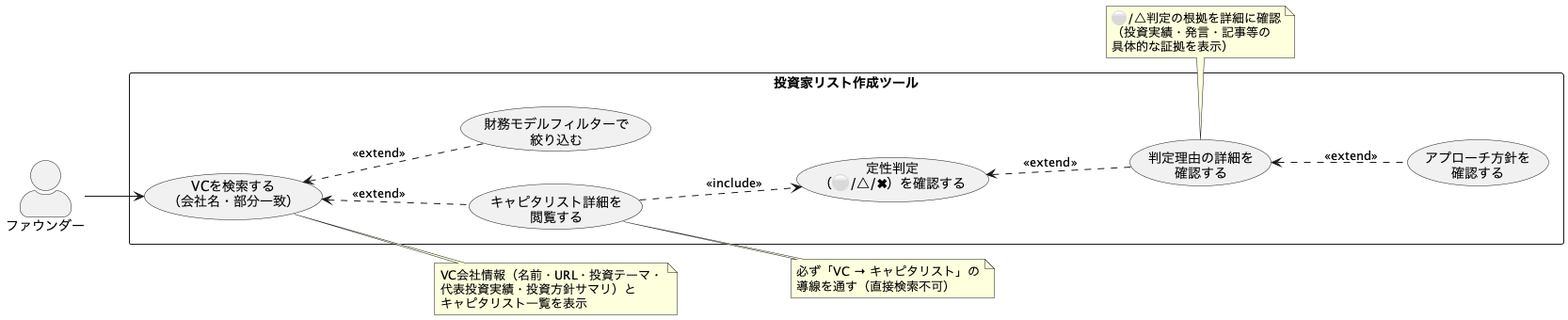
ma-ra-tann/- keeps this PlantUML diagram as 投資家リスト作成ツール ユースケース図.png. Above is the earlier version.
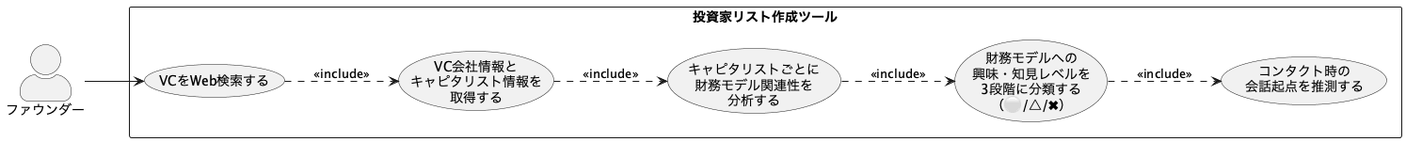
After the change.

Commit message:
ユースケース図を仕様書ベースの5ステップ構成に刷新

Web検索→情報取得→分析→分類→会話起点推測の順に整理

Change to the diagram source:
```diff
@@ -10,37 +10,19 @@
 actor "ファウンダー" as founder
 
 rectangle "投資家リスト作成ツール" {
-  usecase "VCを検索する\n（会社名・部分一致）" as UC1
-  usecase "キャピタリスト詳細を\n閲覧する" as UC2
-  usecase "財務モデルフィルターで\n絞り込む" as UC3
-  usecase "定性判定\n（⚪/△/✖）を確認する" as UC4
-  usecase "判定理由の詳細を\n確認する" as UC5
-  usecase "アプローチ方針を\n確認する" as UC6
+  usecase "VCをWeb検索する" as UC1
+  usecase "VC会社情報と\nキャピタリスト情報を\n取得する" as UC2
+  usecase "キャピタリストごとに\n財務モデル関連性を\n分析する" as UC3
+  usecase "財務モデルへの\n興味・知見レベルを\n3段階に分類する\n（⚪/△/✖）" as UC4
+  usecase "コンタクト時の\n会話起点を推測する" as UC5
 }
 
 founder --> UC1
 
-UC1 <.. UC2 : <<extend>>
-UC1 <.. UC3 : <<extend>>
-UC2 ..> UC4 : <<include>>
-UC4 <.. UC5 : <<extend>>
-UC5 <.. UC6 : <<extend>>
+UC1 ..> UC2 : <<include>>
+UC2 ..> UC3 : <<include>>
+UC3 ..> UC4 : <<include>>
+UC4 ..> UC5 : <<include>>
 
-note right of UC1
-  VC会社情報（名前・URL・投資テーマ・
-  代表投資実績・投資方針サマリ）と
-  キャピタリスト一覧を表示
-end note
-
-note right of UC2
-  必ず「VC → キャピタリスト」の
-  導線を通す（直接検索不可）
-end note
-
-note bottom of UC5
-  ⚪/△判定の根拠を詳細に確認
-  （投資実績・発言・記事等の
-  具体的な証拠を表示）
-end note
 
 @enduml
```
